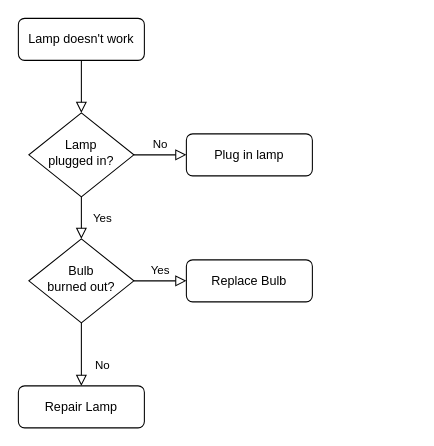
This is Untitled Diagram.drawio from NSObjects/amazonApi, a draw.io file, before an edit. Source tidied: cells renumbered, new cells numbered last; positions are measured from the earlier drawing's top-left corner, leaving out a move shared by most shapes. Both pictures are drawn from the tidied source at 105%, with x=0, y=0 at pixel (18, 18).
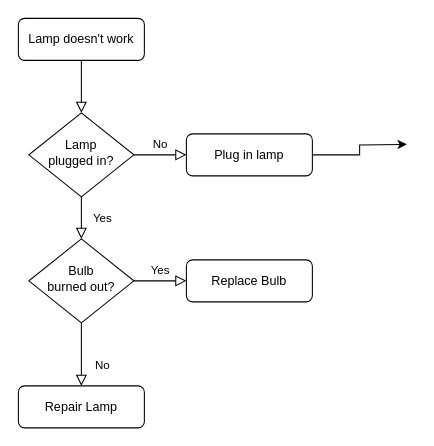
After the change.

The edit, as a diff of the source:
```diff
@@
 <mxGraphModel>
   <root>
     <mxCell id="0" />
     <mxCell id="1" parent="0" />
     <mxCell id="2" style="rounded=0;html=1;jettySize=auto;fontSize=11;endArrow=block;endFill=0;endSize=8;strokeWidth=1;shadow=0;labelBackgroundColor=none;edgeStyle=orthogonalEdgeStyle;" parent="1" edge="1" source="3" target="6">
       <mxGeometry relative="1" as="geometry" />
     </mxCell>
     <mxCell id="3" value="Lamp doesn't work" style="rounded=1;whiteSpace=wrap;html=1;fontSize=12;glass=0;strokeWidth=1;shadow=0;" parent="1" vertex="1">
       <mxGeometry width="120" height="40" as="geometry" />
     </mxCell>
     <mxCell id="4" value="Yes" style="rounded=0;html=1;jettySize=auto;fontSize=11;endArrow=block;endFill=0;endSize=8;strokeWidth=1;shadow=0;labelBackgroundColor=none;edgeStyle=orthogonalEdgeStyle;" parent="1" edge="1" source="6" target="10">
       <mxGeometry y="20" relative="1" as="geometry" />
     </mxCell>
     <mxCell id="5" value="No" style="edgeStyle=orthogonalEdgeStyle;rounded=0;html=1;jettySize=auto;fontSize=11;endArrow=block;endFill=0;endSize=8;strokeWidth=1;shadow=0;labelBackgroundColor=none;" parent="1" edge="1" source="6" target="7">
       <mxGeometry y="10" relative="1" as="geometry" />
     </mxCell>
     <mxCell id="6" value="Lamp&lt;br&gt;plugged in?" style="rhombus;whiteSpace=wrap;html=1;shadow=0;fontFamily=Helvetica;fontSize=12;align=center;strokeWidth=1;spacing=6;spacingTop=-4;" parent="1" vertex="1">
       <mxGeometry x="10" y="90" width="100" height="80" as="geometry" />
     </mxCell>
+    <mxCell id="13" style="edgeStyle=orthogonalEdgeStyle;rounded=0;jettySize=auto;html=1;" parent="1" edge="1" source="7">
+      <mxGeometry relative="1" as="geometry">
+        <mxPoint x="370" y="120" as="targetPoint" />
+      </mxGeometry>
+    </mxCell>
     <mxCell id="7" value="Plug in lamp" style="rounded=1;whiteSpace=wrap;html=1;fontSize=12;glass=0;strokeWidth=1;shadow=0;" parent="1" vertex="1">
       <mxGeometry x="160" y="110" width="120" height="40" as="geometry" />
     </mxCell>
     <mxCell id="8" value="No" style="rounded=0;html=1;jettySize=auto;fontSize=11;endArrow=block;endFill=0;endSize=8;strokeWidth=1;shadow=0;labelBackgroundColor=none;edgeStyle=orthogonalEdgeStyle;" parent="1" edge="1" source="10" target="11">
       <mxGeometry x="0.33" y="20" relative="1" as="geometry" />
     </mxCell>
     <mxCell id="9" value="Yes" style="edgeStyle=orthogonalEdgeStyle;rounded=0;html=1;jettySize=auto;fontSize=11;endArrow=block;endFill=0;endSize=8;strokeWidth=1;shadow=0;labelBackgroundColor=none;" parent="1" edge="1" source="10" target="12">
       <mxGeometry y="10" relative="1" as="geometry" />
     </mxCell>
     <mxCell id="10" value="Bulb&lt;br&gt;burned out?" style="rhombus;whiteSpace=wrap;html=1;shadow=0;fontFamily=Helvetica;fontSize=12;align=center;strokeWidth=1;spacing=6;spacingTop=-4;" parent="1" vertex="1">
       <mxGeometry x="10" y="210" width="100" height="80" as="geometry" />
     </mxCell>
     <mxCell id="11" value="Repair Lamp" style="rounded=1;whiteSpace=wrap;html=1;fontSize=12;glass=0;strokeWidth=1;shadow=0;" parent="1" vertex="1">
       <mxGeometry y="350" width="120" height="40" as="geometry" />
     </mxCell>
     <mxCell id="12" value="Replace Bulb" style="rounded=1;whiteSpace=wrap;html=1;fontSize=12;glass=0;strokeWidth=1;shadow=0;" parent="1" vertex="1">
       <mxGeometry x="160" y="230" width="120" height="40" as="geometry" />
     </mxCell>
   </root>
 </mxGraphModel>
```
